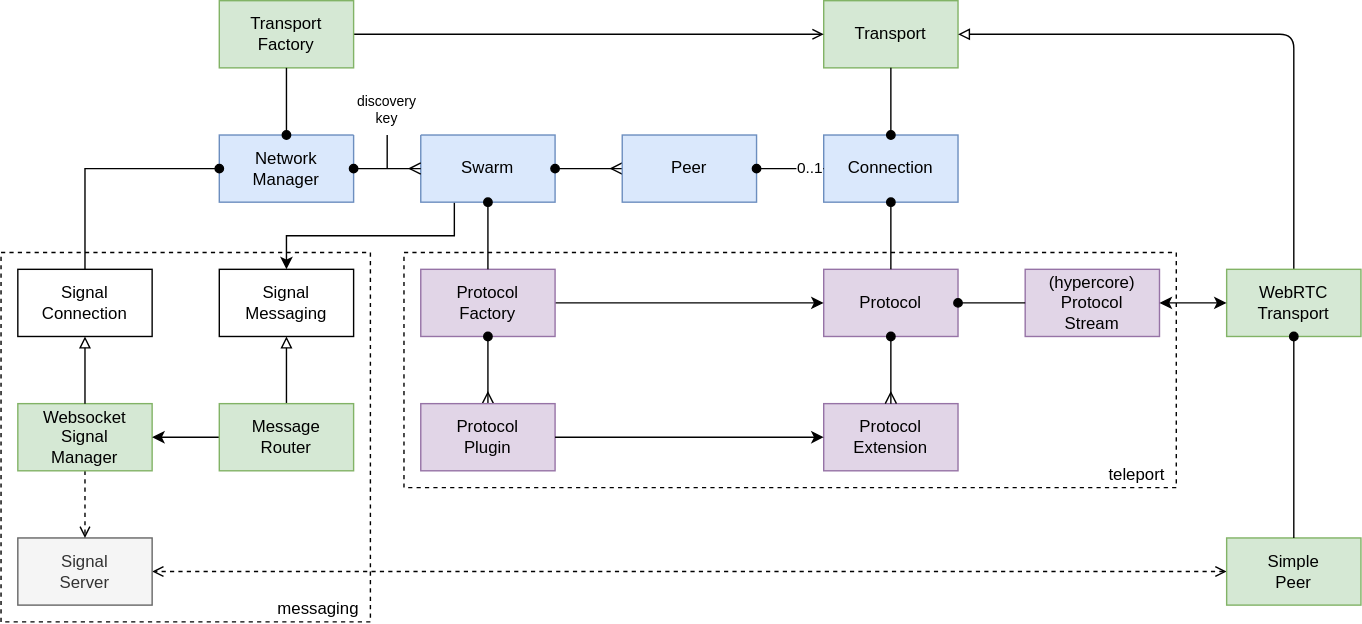
Before: docs/docs/design/diagrams/mesh-network-manager.drawio.svg, a diagram exported from draw.io (dxos/dxos). Source tidied: cells renumbered, new cells last; positions are measured from the earlier drawing's top-left corner, leaving out a move shared by most shapes.
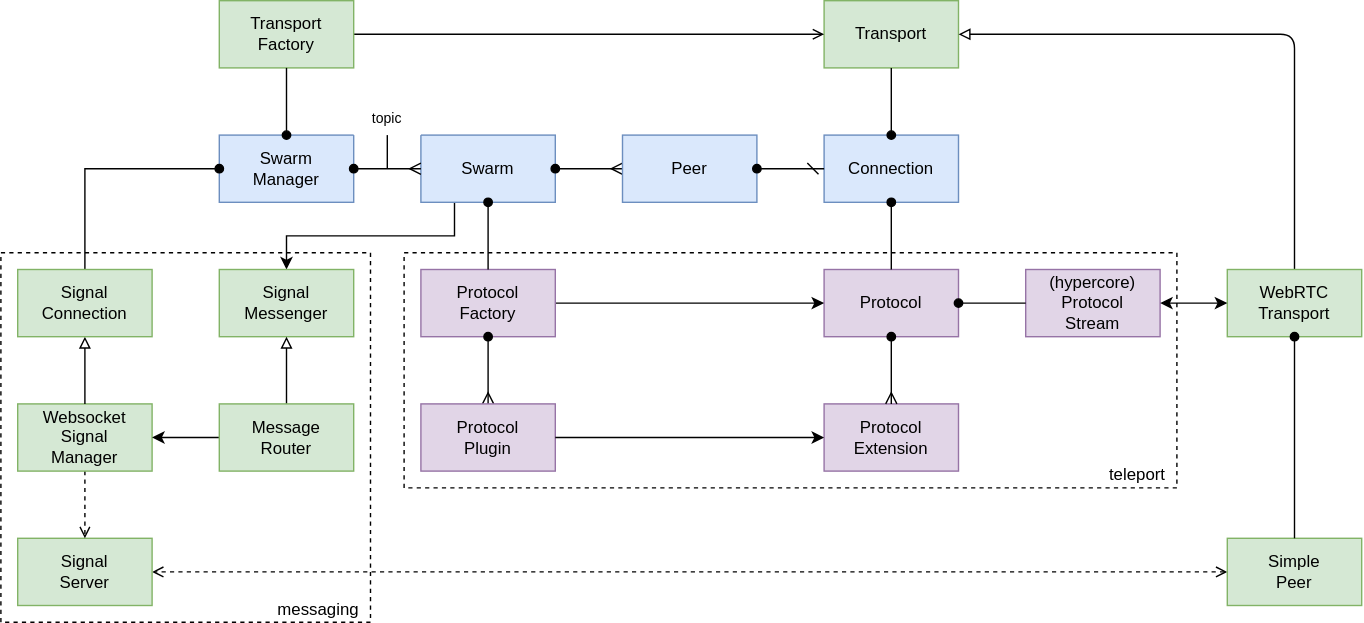
The same diagram one commit later.

Diff of the diagram source:
```diff
@@ -2,7 +2,13 @@
   <root>
     <mxCell id="0" />
     <mxCell id="1" parent="0" />
+    <mxCell id="45" value="teleport" style="rounded=0;whiteSpace=wrap;html=1;dashed=1;fillColor=none;verticalAlign=bottom;align=right;spacingRight=6;" parent="1" vertex="1">
+      <mxGeometry x="288" y="180" width="552" height="168" as="geometry" />
+    </mxCell>
+    <mxCell id="47" value="messaging" style="rounded=0;whiteSpace=wrap;html=1;dashed=1;fillColor=none;verticalAlign=bottom;align=right;spacingRight=6;" parent="1" vertex="1">
+      <mxGeometry y="180" width="264" height="264" as="geometry" />
+    </mxCell>
-    <mxCell id="2" value="Network&lt;br&gt;Manager" style="rounded=0;whiteSpace=wrap;html=1;fillColor=#dae8fc;strokeColor=#6c8ebf;" parent="1" vertex="1">
+    <mxCell id="2" value="Swarm&lt;br&gt;Manager" style="rounded=0;whiteSpace=wrap;html=1;fillColor=#dae8fc;strokeColor=#6c8ebf;" parent="1" vertex="1">
       <mxGeometry x="156" y="96" width="96" height="48" as="geometry" />
     </mxCell>
     <mxCell id="3" value="Transport" style="rounded=0;whiteSpace=wrap;html=1;fillColor=#d5e8d4;strokeColor=#82b366;" parent="1" vertex="1">
@@ -42,7 +48,7 @@
     <mxCell id="13" style="edgeStyle=none;html=1;exitX=0.5;exitY=1;exitDx=0;exitDy=0;entryX=0.5;entryY=0;entryDx=0;entryDy=0;startArrow=oval;startFill=1;endArrow=none;endFill=0;" parent="1" edge="1" source="5" target="12">
       <mxGeometry relative="1" as="geometry" />
     </mxCell>
-    <mxCell id="14" value="Signal&lt;br&gt;Server" style="rounded=0;whiteSpace=wrap;html=1;fillColor=#f5f5f5;fontColor=#333333;strokeColor=#666666;" parent="1" vertex="1">
+    <mxCell id="14" value="Signal&lt;br&gt;Server" style="rounded=0;whiteSpace=wrap;html=1;fillColor=#d5e8d4;strokeColor=#82b366;" parent="1" vertex="1">
       <mxGeometry x="12" y="384" width="96" height="48" as="geometry" />
     </mxCell>
     <mxCell id="15" style="edgeStyle=none;html=1;exitX=0.5;exitY=1;exitDx=0;exitDy=0;startArrow=none;startFill=0;endArrow=open;endFill=0;dashed=1;" parent="1" edge="1" source="16" target="14">
@@ -95,8 +101,8 @@
         <mxPoint x="276" y="120" as="targetPoint" />
       </mxGeometry>
     </mxCell>
-    <mxCell id="31" value="discovery&lt;br style=&quot;font-size: 10px;&quot;&gt;key" style="rounded=0;whiteSpace=wrap;html=1;strokeColor=none;fontSize=10;" parent="1" vertex="1">
-      <mxGeometry x="252" y="60" width="48" height="36" as="geometry" />
+    <mxCell id="31" value="topic" style="rounded=0;whiteSpace=wrap;html=1;strokeColor=none;fontSize=10;" parent="1" vertex="1">
+      <mxGeometry x="252" y="72" width="48" height="24" as="geometry" />
     </mxCell>
     <mxCell id="32" value="Protocol&lt;br&gt;Extension" style="rounded=0;whiteSpace=wrap;html=1;fillColor=#e1d5e7;strokeColor=#9673a6;" parent="1" vertex="1">
       <mxGeometry x="588" y="288" width="96" height="48" as="geometry" />
@@ -104,10 +110,10 @@
     <mxCell id="33" style="edgeStyle=orthogonalEdgeStyle;rounded=0;jettySize=auto;html=1;startArrow=oval;startFill=1;endArrow=ERmany;endFill=0;" parent="1" edge="1" source="19" target="32">
       <mxGeometry relative="1" as="geometry" />
     </mxCell>
-    <mxCell id="34" value="Signal&lt;br&gt;Messaging" style="rounded=0;whiteSpace=wrap;html=1;" parent="1" vertex="1">
+    <mxCell id="34" value="Signal&lt;br&gt;Messenger" style="rounded=0;whiteSpace=wrap;html=1;fillColor=#d5e8d4;strokeColor=#82b366;" parent="1" vertex="1">
       <mxGeometry x="156" y="192" width="96" height="48" as="geometry" />
     </mxCell>
-    <mxCell id="35" value="Signal&lt;br&gt;Connection" style="rounded=0;whiteSpace=wrap;html=1;" parent="1" vertex="1">
+    <mxCell id="35" value="Signal&lt;br&gt;Connection" style="rounded=0;whiteSpace=wrap;html=1;fillColor=#d5e8d4;strokeColor=#82b366;" parent="1" vertex="1">
       <mxGeometry x="12" y="192" width="96" height="48" as="geometry" />
     </mxCell>
     <mxCell id="36" style="edgeStyle=none;rounded=0;html=1;exitX=0.5;exitY=0;exitDx=0;exitDy=0;endArrow=block;endFill=0;" parent="1" edge="1" source="38" target="34">
@@ -122,12 +128,9 @@
     <mxCell id="39" value="Peer" style="rounded=0;whiteSpace=wrap;html=1;fillColor=#dae8fc;strokeColor=#6c8ebf;" parent="1" vertex="1">
       <mxGeometry x="444" y="96" width="96" height="48" as="geometry" />
     </mxCell>
-    <mxCell id="40" style="edgeStyle=none;html=1;exitX=1;exitY=0.5;exitDx=0;exitDy=0;entryX=0;entryY=0.5;entryDx=0;entryDy=0;startArrow=oval;startFill=1;endArrow=none;endFill=0;" parent="1" edge="1" source="39" target="8">
+    <mxCell id="40" style="edgeStyle=none;html=1;exitX=1;exitY=0.5;exitDx=0;exitDy=0;entryX=0;entryY=0.5;entryDx=0;entryDy=0;startArrow=oval;startFill=1;endArrow=dash;endFill=0;" parent="1" edge="1" source="39" target="8">
       <mxGeometry relative="1" as="geometry" />
     </mxCell>
-    <mxCell id="41" value="0..1" style="edgeLabel;html=1;align=center;verticalAlign=middle;" parent="40" vertex="1">
-      <mxGeometry x="0.59" relative="1" as="geometry" />
-    </mxCell>
     <mxCell id="42" style="edgeStyle=orthogonalEdgeStyle;rounded=0;jettySize=auto;html=1;exitX=0.5;exitY=1;exitDx=0;exitDy=0;startArrow=oval;startFill=1;endArrow=ERmany;endFill=0;entryX=0.5;entryY=0;entryDx=0;entryDy=0;" parent="1" edge="1" source="25" target="43">
       <mxGeometry relative="1" as="geometry" />
     </mxCell>
@@ -137,14 +140,8 @@
     <mxCell id="44" style="edgeStyle=none;html=1;startArrow=none;startFill=0;endArrow=classic;endFill=1;" parent="1" edge="1" source="43" target="32">
       <mxGeometry relative="1" as="geometry" />
     </mxCell>
-    <mxCell id="45" value="teleport" style="rounded=0;whiteSpace=wrap;html=1;dashed=1;fillColor=none;verticalAlign=bottom;align=right;spacingRight=6;" parent="1" vertex="1">
-      <mxGeometry x="288" y="180" width="552" height="168" as="geometry" />
-    </mxCell>
     <mxCell id="46" style="edgeStyle=none;html=1;exitX=0.5;exitY=0;exitDx=0;exitDy=0;startArrow=oval;startFill=1;endArrow=none;endFill=0;" parent="1" edge="1" source="8" target="3">
       <mxGeometry relative="1" as="geometry" />
     </mxCell>
-    <mxCell id="47" value="messaging" style="rounded=0;whiteSpace=wrap;html=1;dashed=1;fillColor=none;verticalAlign=bottom;align=right;spacingRight=6;" parent="1" vertex="1">
-      <mxGeometry y="180" width="264" height="264" as="geometry" />
-    </mxCell>
   </root>
 </mxGraphModel>
```
